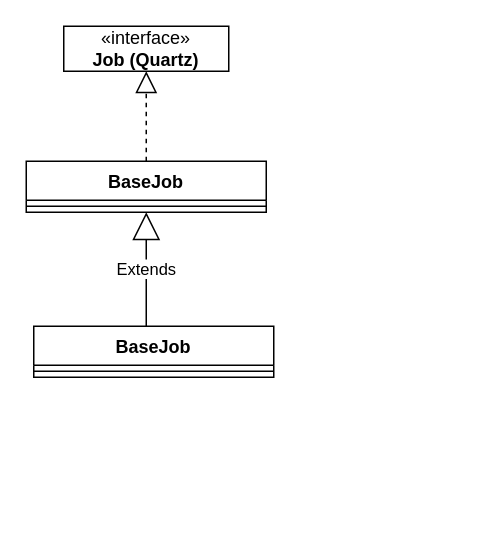
The draw.io diagram QRouting.drawio in PramodNegi/problem-solving-techniques, before the edit. Source tidied: cells renumbered, new cells numbered last; positions are measured from the earlier drawing's top-left corner, leaving out a move shared by most shapes. Both pictures are drawn from the tidied source at 150%, with x=0, y=0 at pixel (26, 26).
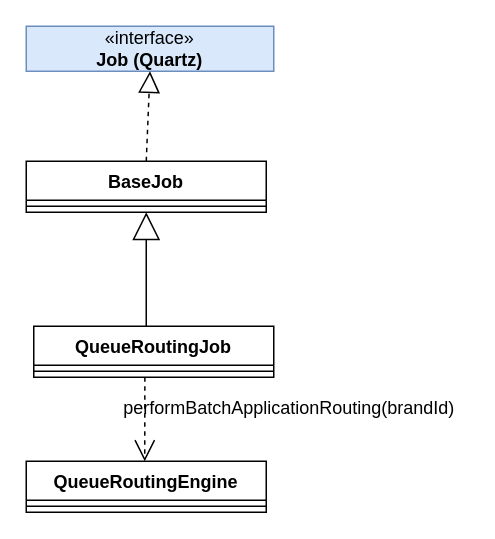
The same page after the edit.

The edit, as a diff of the source:
```diff
@@
 <mxGraphModel>
   <root>
     <mxCell id="0" />
     <mxCell id="1" parent="0" />
-    <mxCell id="2" value="«interface»&lt;br&gt;&lt;b&gt;Job (Quartz)&lt;/b&gt;" style="html=1;whiteSpace=wrap;" parent="1" vertex="1">
-      <mxGeometry x="25" width="110" height="30" as="geometry" />
+    <mxCell id="2" value="«interface»&lt;br&gt;&lt;b&gt;Job (Quartz)&lt;/b&gt;" style="html=1;whiteSpace=wrap;fillColor=#dae8fc;strokeColor=#6c8ebf;" parent="1" vertex="1">
+      <mxGeometry width="165" height="30" as="geometry" />
     </mxCell>
-    <mxCell id="3" style="endArrow=block;dashed=1;endFill=0;endSize=12;html=1;rounded=0;entryX=0.5;entryY=1;entryDx=0;entryDy=0;" parent="1" edge="1" target="2">
-      <mxGeometry relative="1" as="geometry">
-        <mxPoint x="80" y="90" as="sourcePoint" />
-      </mxGeometry>
+    <mxCell id="3" style="endArrow=block;dashed=1;endFill=0;endSize=12;html=1;rounded=0;entryX=0.5;entryY=1;entryDx=0;entryDy=0;exitX=0.5;exitY=0;exitDx=0;exitDy=0;" parent="1" edge="1" source="4" target="2">
+      <mxGeometry relative="1" as="geometry" />
     </mxCell>
     <mxCell id="4" value="BaseJob" style="swimlane;fontStyle=1;align=center;verticalAlign=top;horizontal=1;startSize=26;whiteSpace=wrap;html=1;" parent="1" vertex="1">
       <mxGeometry y="90" width="160" height="34" as="geometry" />
     </mxCell>
     <mxCell id="5" style="line;strokeWidth=1;fillColor=none;align=left;verticalAlign=middle;spacingTop=-1;spacingLeft=3;spacingRight=3;labelPosition=right;strokeColor=inherit;" parent="4" vertex="1">
       <mxGeometry y="26" width="160" height="8" as="geometry" />
     </mxCell>
-    <mxCell id="6" value="Extends" style="endArrow=block;endSize=16;endFill=0;html=1;rounded=0;entryX=0.5;entryY=1;entryDx=0;entryDy=0;" parent="1" edge="1" target="4">
+    <mxCell id="6" style="endArrow=block;endSize=16;endFill=0;html=1;rounded=0;entryX=0.5;entryY=1;entryDx=0;entryDy=0;" parent="1" edge="1" target="4">
       <mxGeometry relative="1" as="geometry">
         <mxPoint x="80" y="200" as="sourcePoint" />
       </mxGeometry>
     </mxCell>
-    <mxCell id="7" value="BaseJob" style="swimlane;fontStyle=1;align=center;verticalAlign=top;horizontal=1;startSize=26;whiteSpace=wrap;html=1;" parent="1" vertex="1">
+    <mxCell id="7" value="QueueRoutingJob" style="swimlane;fontStyle=1;align=center;verticalAlign=top;horizontal=1;startSize=26;whiteSpace=wrap;html=1;" parent="1" vertex="1">
       <mxGeometry x="5" y="200" width="160" height="34" as="geometry" />
     </mxCell>
     <mxCell id="8" style="line;strokeWidth=1;fillColor=none;align=left;verticalAlign=middle;spacingTop=-1;spacingLeft=3;spacingRight=3;labelPosition=right;points=[];portConstraint=eastwest;strokeColor=inherit;" parent="7" vertex="1">
       <mxGeometry y="26" width="160" height="8" as="geometry" />
     </mxCell>
+    <mxCell id="9" style="endArrow=open;endSize=12;dashed=1;html=1;rounded=0;exitX=0.463;exitY=1;exitDx=0;exitDy=0;exitPerimeter=0;" parent="1" edge="1" source="8">
+      <mxGeometry relative="1" as="geometry">
+        <mxPoint x="79" y="290" as="targetPoint" />
+      </mxGeometry>
+    </mxCell>
+    <mxCell id="10" value="QueueRoutingEngine" style="swimlane;fontStyle=1;align=center;verticalAlign=top;horizontal=1;startSize=26;whiteSpace=wrap;html=1;" parent="1" vertex="1">
+      <mxGeometry y="290" width="160" height="34" as="geometry" />
+    </mxCell>
+    <mxCell id="11" style="line;strokeWidth=1;fillColor=none;align=left;verticalAlign=middle;spacingTop=-1;spacingLeft=3;spacingRight=3;labelPosition=right;strokeColor=inherit;" parent="10" vertex="1">
+      <mxGeometry y="26" width="160" height="8" as="geometry" />
+    </mxCell>
+    <mxCell id="12" value="performBatchApplicationRouting(brandId)" style="text;html=1;align=center;verticalAlign=middle;strokeColor=none;fillColor=none;" parent="1" vertex="1">
+      <mxGeometry x="55" y="240" width="240" height="30" as="geometry" />
+    </mxCell>
   </root>
 </mxGraphModel>
```
